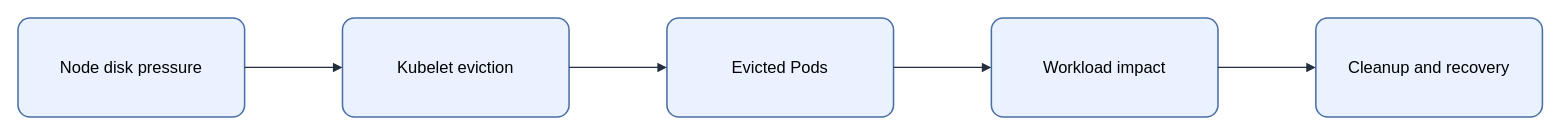
Above: assets/img/kubernetes/multiple-pods-evicted-flow.drawio in KKamJi98/kkamji98.github.io (draw.io), before the change. Source tidied: cells renumbered, new cells numbered last; positions are measured from the earlier drawing's top-left corner, leaving out a move shared by most shapes. Both pictures are drawn from the tidied source at 103%, with x=0, y=0 at pixel (18, 18).
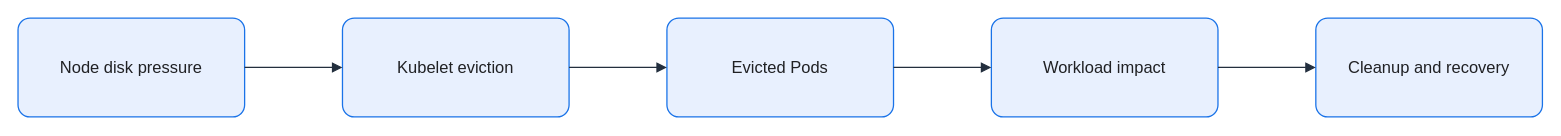
Above is the later version.

Diff of the diagram source:
```diff
@@
 <mxGraphModel background="#FFFFFF">
   <root>
     <mxCell id="0" />
     <mxCell id="1" parent="0" />
-    <mxCell id="2" value="Node disk pressure" style="rounded=1;arcSize=12;whiteSpace=wrap;html=0;fillColor=#EAF2FF;strokeColor=#4A6FA5;strokeWidth=1.5;fontColor=#000000;fontSize=16;align=center;verticalAlign=middle;spacing=8;shadow=0;" parent="1" vertex="1">
+    <mxCell id="2" value="Node disk pressure" style="rounded=1;arcSize=12;whiteSpace=wrap;html=0;fillColor=#E8F0FE;strokeColor=#1A73E8;strokeWidth=1.25;fontColor=#202124;fontSize=16;align=center;verticalAlign=middle;spacing=8;shadow=0;" parent="1" vertex="1">
       <mxGeometry width="220" height="96" as="geometry" />
     </mxCell>
-    <mxCell id="3" value="Kubelet eviction" style="rounded=1;arcSize=12;whiteSpace=wrap;html=0;fillColor=#EAF2FF;strokeColor=#4A6FA5;strokeWidth=1.5;fontColor=#000000;fontSize=16;align=center;verticalAlign=middle;spacing=8;shadow=0;" parent="1" vertex="1">
+    <mxCell id="3" value="Kubelet eviction" style="rounded=1;arcSize=12;whiteSpace=wrap;html=0;fillColor=#E8F0FE;strokeColor=#1A73E8;strokeWidth=1.25;fontColor=#202124;fontSize=16;align=center;verticalAlign=middle;spacing=8;shadow=0;" parent="1" vertex="1">
       <mxGeometry x="315" width="220" height="96" as="geometry" />
     </mxCell>
-    <mxCell id="4" value="Evicted Pods" style="rounded=1;arcSize=12;whiteSpace=wrap;html=0;fillColor=#EAF2FF;strokeColor=#4A6FA5;strokeWidth=1.5;fontColor=#000000;fontSize=16;align=center;verticalAlign=middle;spacing=8;shadow=0;" parent="1" vertex="1">
+    <mxCell id="4" value="Evicted Pods" style="rounded=1;arcSize=12;whiteSpace=wrap;html=0;fillColor=#E8F0FE;strokeColor=#1A73E8;strokeWidth=1.25;fontColor=#202124;fontSize=16;align=center;verticalAlign=middle;spacing=8;shadow=0;" parent="1" vertex="1">
       <mxGeometry x="630" width="220" height="96" as="geometry" />
     </mxCell>
-    <mxCell id="5" value="Workload impact" style="rounded=1;arcSize=12;whiteSpace=wrap;html=0;fillColor=#EAF2FF;strokeColor=#4A6FA5;strokeWidth=1.5;fontColor=#000000;fontSize=16;align=center;verticalAlign=middle;spacing=8;shadow=0;" parent="1" vertex="1">
+    <mxCell id="5" value="Workload impact" style="rounded=1;arcSize=12;whiteSpace=wrap;html=0;fillColor=#E8F0FE;strokeColor=#1A73E8;strokeWidth=1.25;fontColor=#202124;fontSize=16;align=center;verticalAlign=middle;spacing=8;shadow=0;" parent="1" vertex="1">
       <mxGeometry x="945" width="220" height="96" as="geometry" />
     </mxCell>
-    <mxCell id="6" value="Cleanup and recovery" style="rounded=1;arcSize=12;whiteSpace=wrap;html=0;fillColor=#EAF2FF;strokeColor=#4A6FA5;strokeWidth=1.5;fontColor=#000000;fontSize=16;align=center;verticalAlign=middle;spacing=8;shadow=0;" parent="1" vertex="1">
+    <mxCell id="6" value="Cleanup and recovery" style="rounded=1;arcSize=12;whiteSpace=wrap;html=0;fillColor=#E8F0FE;strokeColor=#1A73E8;strokeWidth=1.25;fontColor=#202124;fontSize=16;align=center;verticalAlign=middle;spacing=8;shadow=0;" parent="1" vertex="1">
       <mxGeometry x="1260" width="220" height="96" as="geometry" />
     </mxCell>
-    <mxCell id="7" style="edgeStyle=orthogonalEdgeStyle;rounded=0;jettySize=auto;html=0;endArrow=block;endFill=1;strokeColor=#232F3E;strokeWidth=1.25;fontColor=#000000;labelBackgroundColor=none;exitX=1;exitY=0.5;exitDx=0;exitDy=0;entryX=0;entryY=0.5;entryDx=0;entryDy=0;" parent="1" edge="1" source="2" target="3">
+    <mxCell id="7" style="edgeStyle=orthogonalEdgeStyle;rounded=0;jettySize=auto;html=0;endArrow=block;endFill=1;strokeColor=#232F3E;strokeWidth=1.25;fontColor=#202124;labelBackgroundColor=none;exitX=1;exitY=0.5;exitDx=0;exitDy=0;entryX=0;entryY=0.5;entryDx=0;entryDy=0;endSize=7;" parent="1" edge="1" source="2" target="3">
       <mxGeometry relative="1" as="geometry" />
     </mxCell>
-    <mxCell id="8" style="edgeStyle=orthogonalEdgeStyle;rounded=0;jettySize=auto;html=0;endArrow=block;endFill=1;strokeColor=#232F3E;strokeWidth=1.25;fontColor=#000000;labelBackgroundColor=none;exitX=1;exitY=0.5;exitDx=0;exitDy=0;entryX=0;entryY=0.5;entryDx=0;entryDy=0;" parent="1" edge="1" source="3" target="4">
+    <mxCell id="8" style="edgeStyle=orthogonalEdgeStyle;rounded=0;jettySize=auto;html=0;endArrow=block;endFill=1;strokeColor=#232F3E;strokeWidth=1.25;fontColor=#202124;labelBackgroundColor=none;exitX=1;exitY=0.5;exitDx=0;exitDy=0;entryX=0;entryY=0.5;entryDx=0;entryDy=0;endSize=7;" parent="1" edge="1" source="3" target="4">
       <mxGeometry relative="1" as="geometry" />
     </mxCell>
-    <mxCell id="9" style="edgeStyle=orthogonalEdgeStyle;rounded=0;jettySize=auto;html=0;endArrow=block;endFill=1;strokeColor=#232F3E;strokeWidth=1.25;fontColor=#000000;labelBackgroundColor=none;exitX=1;exitY=0.5;exitDx=0;exitDy=0;entryX=0;entryY=0.5;entryDx=0;entryDy=0;" parent="1" edge="1" source="4" target="5">
+    <mxCell id="9" style="edgeStyle=orthogonalEdgeStyle;rounded=0;jettySize=auto;html=0;endArrow=block;endFill=1;strokeColor=#232F3E;strokeWidth=1.25;fontColor=#202124;labelBackgroundColor=none;exitX=1;exitY=0.5;exitDx=0;exitDy=0;entryX=0;entryY=0.5;entryDx=0;entryDy=0;endSize=7;" parent="1" edge="1" source="4" target="5">
       <mxGeometry relative="1" as="geometry" />
     </mxCell>
-    <mxCell id="10" style="edgeStyle=orthogonalEdgeStyle;rounded=0;jettySize=auto;html=0;endArrow=block;endFill=1;strokeColor=#232F3E;strokeWidth=1.25;fontColor=#000000;labelBackgroundColor=none;exitX=1;exitY=0.5;exitDx=0;exitDy=0;entryX=0;entryY=0.5;entryDx=0;entryDy=0;" parent="1" edge="1" source="5" target="6">
+    <mxCell id="10" style="edgeStyle=orthogonalEdgeStyle;rounded=0;jettySize=auto;html=0;endArrow=block;endFill=1;strokeColor=#232F3E;strokeWidth=1.25;fontColor=#202124;labelBackgroundColor=none;exitX=1;exitY=0.5;exitDx=0;exitDy=0;entryX=0;entryY=0.5;entryDx=0;entryDy=0;endSize=7;" parent="1" edge="1" source="5" target="6">
       <mxGeometry relative="1" as="geometry" />
     </mxCell>
   </root>
 </mxGraphModel>
```
